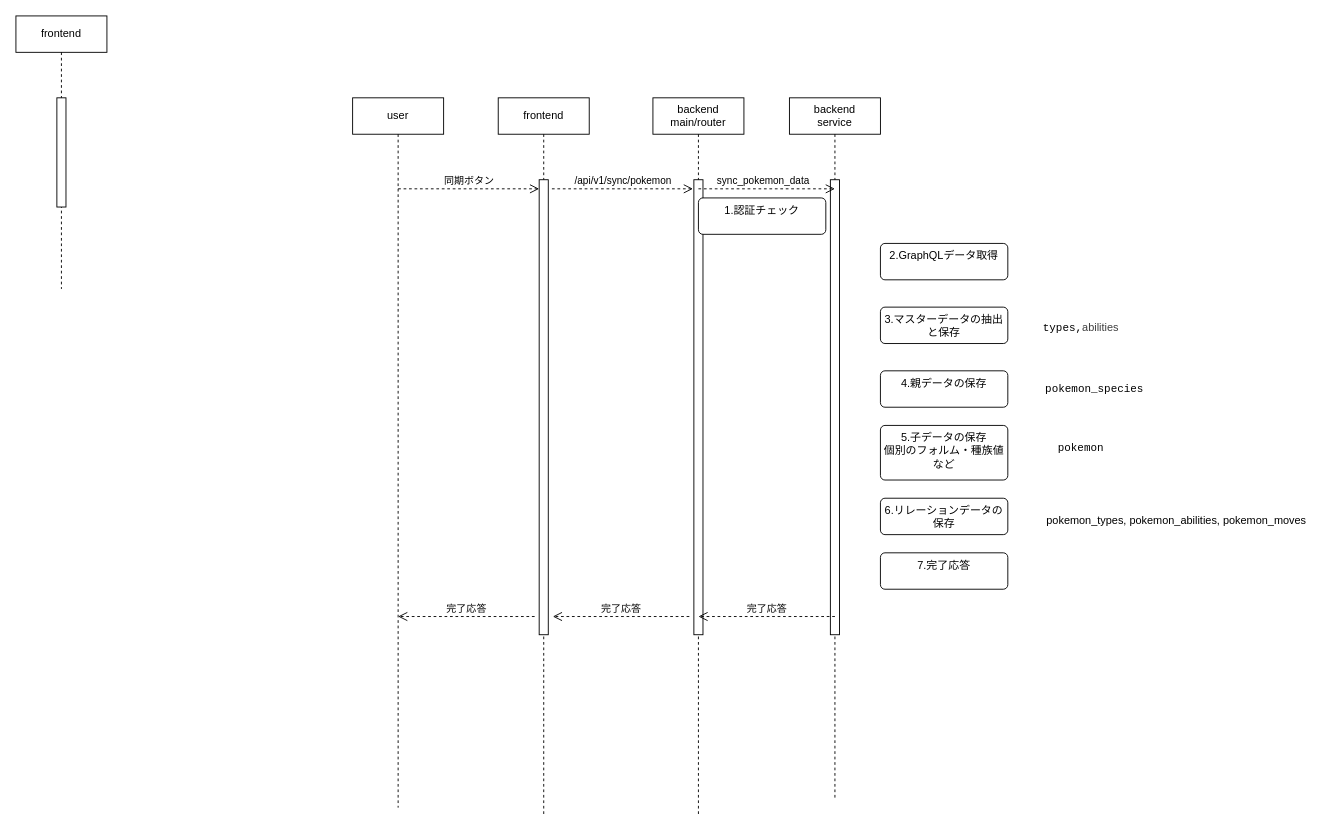
aloha-maker/Zero-Lab keeps this draw.io diagram as page "PokeAPIデータ同期" (1 of 2) of docs/High-Level Design (HLD)/ポケモンデータ同期.dio. Above is the earlier version. Source tidied: cells renumbered, new cells numbered last; positions are measured from the earlier drawing's top-left corner, leaving out a move shared by most shapes. Both pictures are drawn from the tidied source at 91%, with x=0, y=0 at pixel (15, 15).
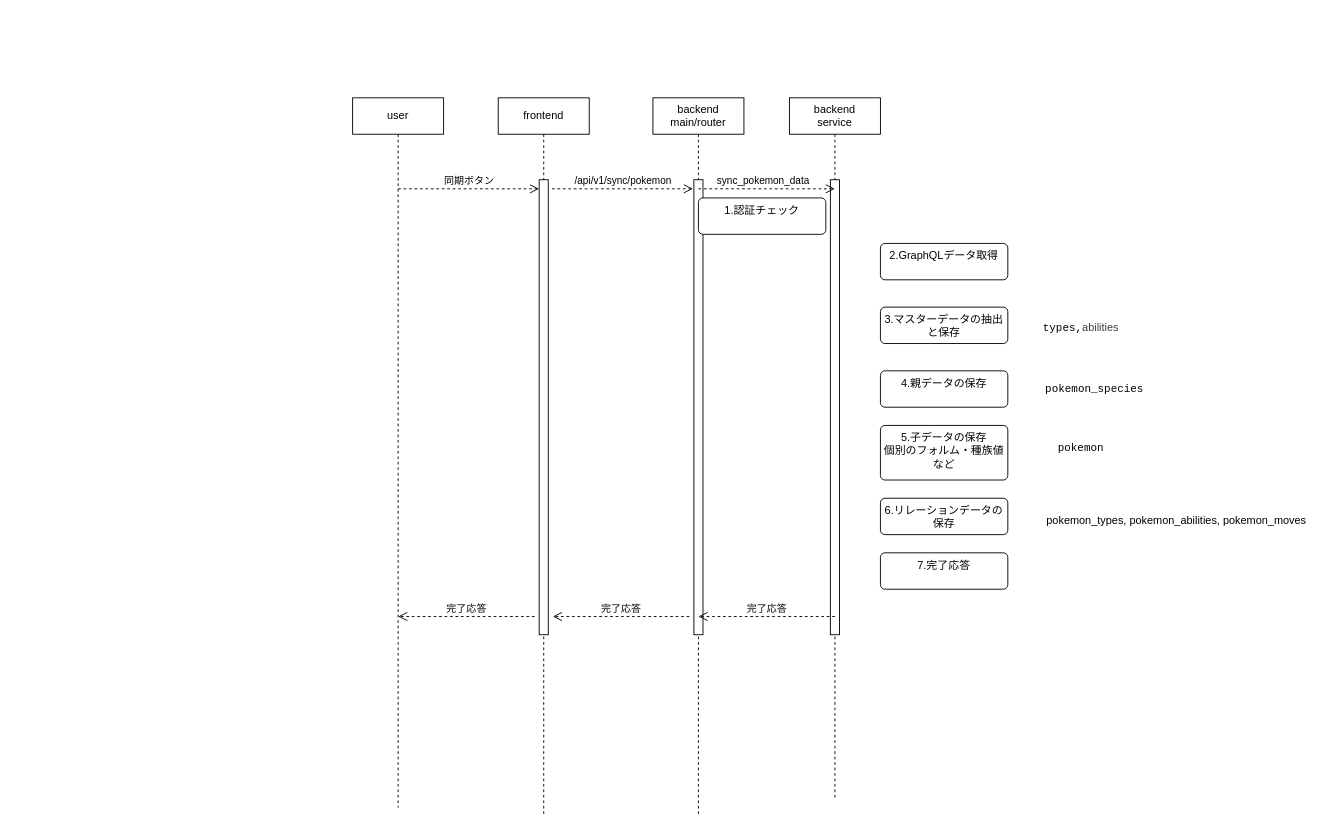
The same diagram, later.

Change to the diagram source:
```diff
@@
-    <mxCell id="8" value="frontend" style="shape=umlLifeline;perimeter=lifelinePerimeter;whiteSpace=wrap;html=1;newEdgeStyle={&quot;edgeStyle&quot;:&quot;elbowEdgeStyle&quot;,&quot;elbow&quot;:&quot;vertical&quot;,&quot;curved&quot;:0,&quot;rounded&quot;:0};" parent="1" vertex="1">
-      <mxGeometry width="100" height="300" as="geometry" />
-    </mxCell>
-    <mxCell id="9" style="html=1;perimeter=orthogonalPerimeter;targetShapes=umlLifeline;newEdgeStyle={&quot;curved&quot;:0,&quot;rounded&quot;:0};" parent="8" vertex="1">
-      <mxGeometry x="45" y="90" width="10" height="120" as="geometry" />
-    </mxCell>
```
